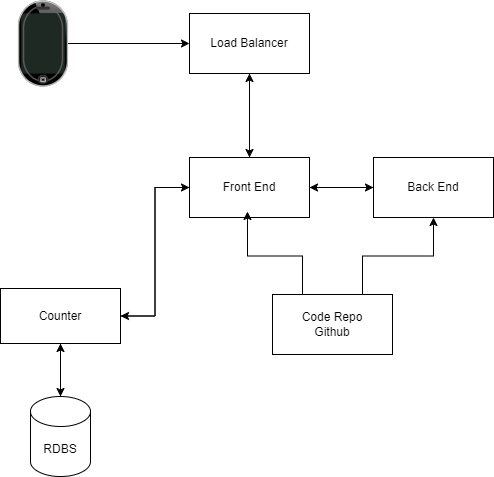
Before: aws-cloud-resume-architecture.drawio.png, a diagram exported from draw.io (tanaka14/aws-cloud-resume). Source tidied: cells renumbered, new cells last; positions are measured from the earlier drawing's top-left corner, leaving out a move shared by most shapes.
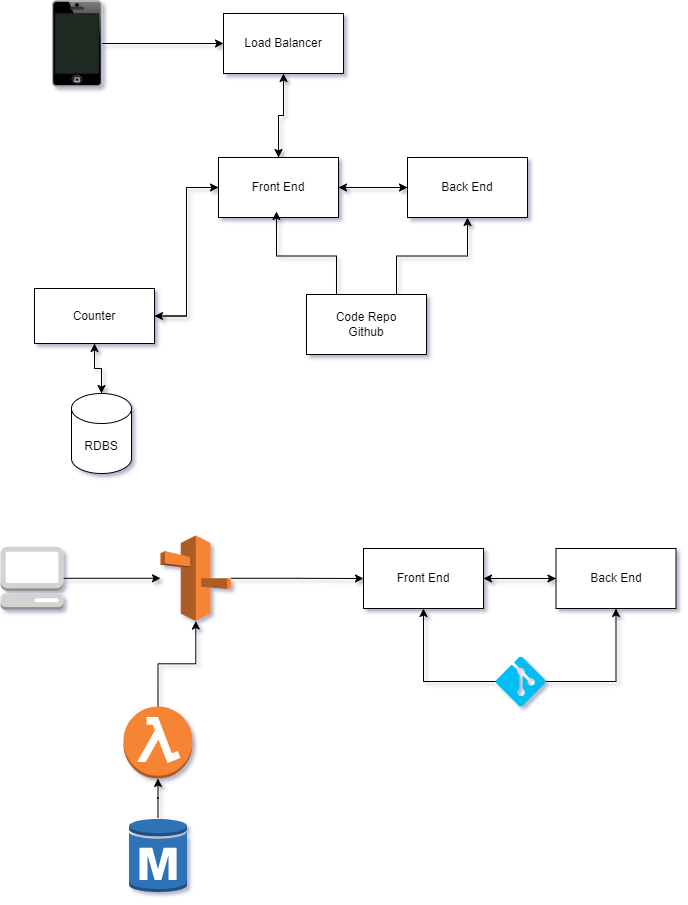
Later version of the same file.

What changed in the source:
```diff
@@ -24,7 +24,7 @@
       <mxGeometry relative="1" as="geometry" />
     </mxCell>
     <mxCell id="9" value="Front End" style="rounded=0;whiteSpace=wrap;html=1;" parent="1" vertex="1">
-      <mxGeometry x="189" y="157" width="120" height="60" as="geometry" />
+      <mxGeometry x="184" y="157" width="120" height="60" as="geometry" />
     </mxCell>
     <mxCell id="10" style="edgeStyle=orthogonalEdgeStyle;rounded=0;jettySize=auto;html=1;" parent="1" edge="1" source="11" target="9">
       <mxGeometry relative="1" as="geometry" />
@@ -54,7 +54,52 @@
       <mxGeometry relative="1" as="geometry" />
     </mxCell>
     <mxCell id="19" value="RDBS" style="shape=cylinder3;whiteSpace=wrap;html=1;boundedLbl=1;backgroundOutline=1;size=15;" parent="1" vertex="1">
-      <mxGeometry x="30" y="396" width="60" height="80" as="geometry" />
+      <mxGeometry x="37" y="393" width="60" height="80" as="geometry" />
     </mxCell>
+    <mxCell id="20" style="edgeStyle=orthogonalEdgeStyle;rounded=0;jettySize=auto;html=1;" parent="1" edge="1" source="21" target="26">
+      <mxGeometry relative="1" as="geometry" />
+    </mxCell>
+    <mxCell id="21" style="outlineConnect=0;dashed=0;verticalLabelPosition=bottom;verticalAlign=top;align=center;html=1;shape=mxgraph.aws3.rds_db_instance;fillColor=#2E73B8;gradientColor=none;" parent="1" vertex="1">
+      <mxGeometry x="94.5" y="817" width="58" height="76" as="geometry" />
+    </mxCell>
+    <mxCell id="22" style="outlineConnect=0;dashed=0;verticalLabelPosition=bottom;verticalAlign=top;align=center;html=1;shape=mxgraph.aws3.route_53;fillColor=#F58536;gradientColor=none;" parent="1" vertex="1">
+      <mxGeometry x="126" y="535" width="70.5" height="85.5" as="geometry" />
+    </mxCell>
+    <mxCell id="23" style="edgeStyle=orthogonalEdgeStyle;rounded=0;jettySize=auto;html=1;" parent="1" edge="1" source="24" target="22">
+      <mxGeometry relative="1" as="geometry" />
+    </mxCell>
+    <mxCell id="24" style="outlineConnect=0;dashed=0;verticalLabelPosition=bottom;verticalAlign=top;align=center;html=1;shape=mxgraph.aws3.management_console;fillColor=#D2D3D3;gradientColor=none;" parent="1" vertex="1">
+      <mxGeometry x="-34" y="546.2" width="63" height="63" as="geometry" />
+    </mxCell>
+    <mxCell id="25" style="edgeStyle=orthogonalEdgeStyle;rounded=0;jettySize=auto;html=1;" parent="1" edge="1" source="26" target="22">
+      <mxGeometry relative="1" as="geometry" />
+    </mxCell>
+    <mxCell id="26" style="outlineConnect=0;dashed=0;verticalLabelPosition=bottom;verticalAlign=top;align=center;html=1;shape=mxgraph.aws3.lambda_function;fillColor=#F58534;gradientColor=none;" parent="1" vertex="1">
+      <mxGeometry x="89" y="706" width="69" height="72" as="geometry" />
+    </mxCell>
+    <mxCell id="27" style="edgeStyle=orthogonalEdgeStyle;rounded=0;jettySize=auto;html=1;entryX=0.5;entryY=1;entryDx=0;entryDy=0;" parent="1" edge="1" source="29" target="31">
+      <mxGeometry relative="1" as="geometry" />
+    </mxCell>
+    <mxCell id="28" style="edgeStyle=orthogonalEdgeStyle;rounded=0;jettySize=auto;html=1;entryX=0.5;entryY=1;entryDx=0;entryDy=0;" parent="1" edge="1" source="29" target="33">
+      <mxGeometry relative="1" as="geometry" />
+    </mxCell>
+    <mxCell id="29" style="verticalLabelPosition=bottom;html=1;verticalAlign=top;align=center;strokeColor=none;fillColor=#00BEF2;shape=mxgraph.azure.git_repository;" parent="1" vertex="1">
+      <mxGeometry x="461.2" y="656" width="50" height="50" as="geometry" />
+    </mxCell>
+    <mxCell id="30" style="edgeStyle=orthogonalEdgeStyle;rounded=0;jettySize=auto;html=1;" parent="1" edge="1" source="31" target="33">
+      <mxGeometry relative="1" as="geometry" />
+    </mxCell>
+    <mxCell id="31" value="Front End" style="rounded=0;whiteSpace=wrap;html=1;" parent="1" vertex="1">
+      <mxGeometry x="329" y="548" width="120" height="60" as="geometry" />
+    </mxCell>
+    <mxCell id="32" style="edgeStyle=orthogonalEdgeStyle;rounded=0;jettySize=auto;html=1;" parent="1" edge="1" source="33" target="31">
+      <mxGeometry relative="1" as="geometry" />
+    </mxCell>
+    <mxCell id="33" value="Back End" style="rounded=0;whiteSpace=wrap;html=1;" parent="1" vertex="1">
+      <mxGeometry x="521.5" y="548" width="120" height="60" as="geometry" />
+    </mxCell>
+    <mxCell id="34" style="edgeStyle=orthogonalEdgeStyle;rounded=0;jettySize=auto;html=1;entryX=0;entryY=0.5;entryDx=0;entryDy=0;" parent="1" edge="1" source="22" target="31">
+      <mxGeometry relative="1" as="geometry" />
+    </mxCell>
   </root>
 </mxGraphModel>
```
